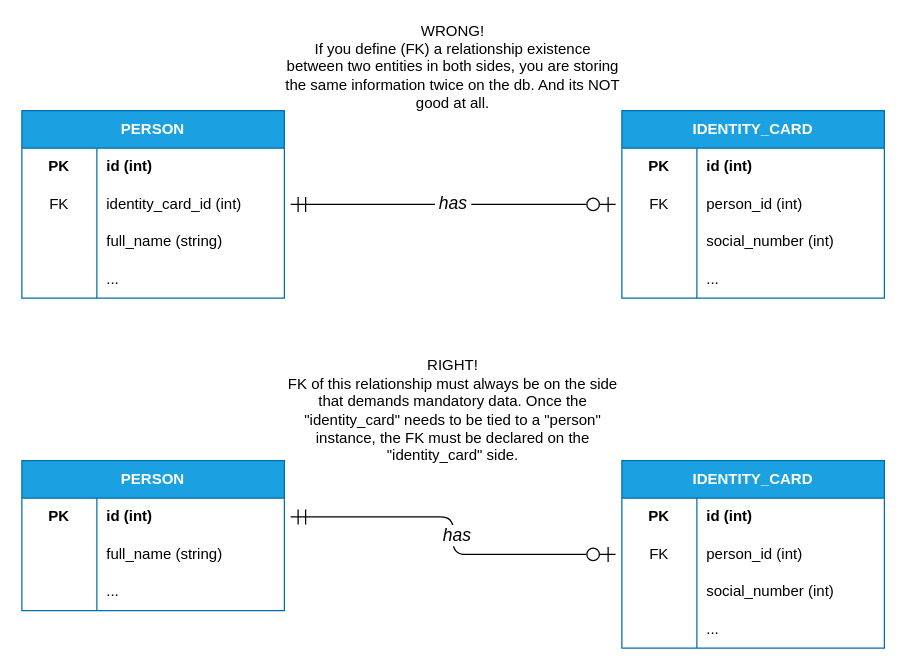
This is database/_tools/ERD/imgs/erd_one-to-one.drawio from aldolammel/my-dev-knowledge, a draw.io file, before an edit. Source tidied: cells renumbered, new cells numbered last; positions are measured from the earlier drawing's top-left corner, leaving out a move shared by most shapes. Both pictures are drawn from the tidied source at 125%, with x=0, y=0 at pixel (21, 22).
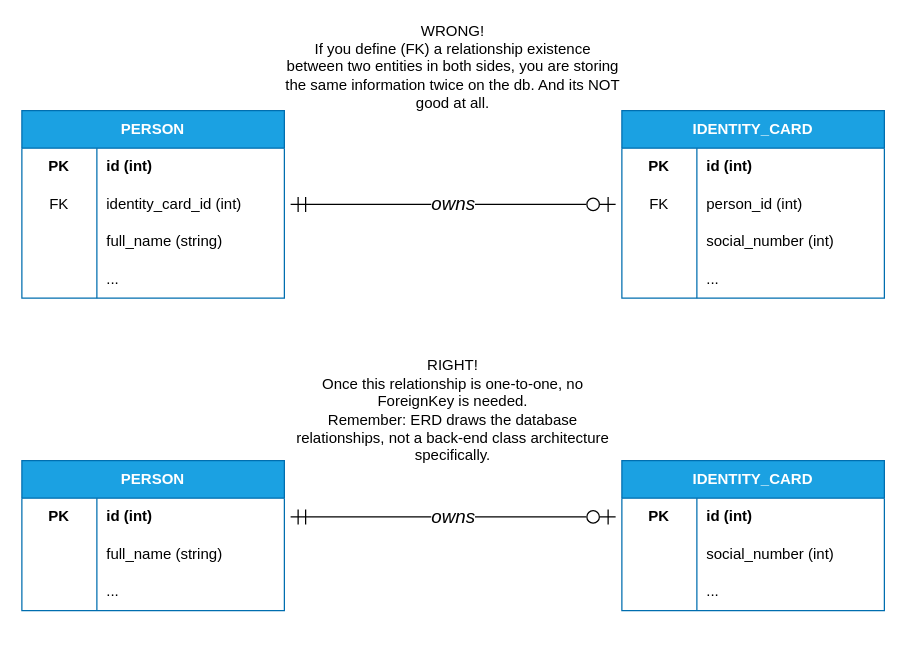
After the change.

Unchanged cells that the change refers to:
```xml
<mxCell id="3" style="shape=tableRow;horizontal=0;startSize=0;swimlaneHead=0;swimlaneBody=0;fillColor=none;points=[[0,0.5],[1,0.5]];portConstraint=eastwest;top=0;left=0;right=0;bottom=0;html=1;" parent="2" vertex="1">
  <mxGeometry y="30" width="210" height="30" as="geometry" />
</mxCell>
<mxCell id="13" style="shape=tableRow;horizontal=0;startSize=0;swimlaneHead=0;swimlaneBody=0;fillColor=none;points=[[0,0.5],[1,0.5]];portConstraint=eastwest;top=0;left=0;right=0;bottom=0;html=1;" parent="12" vertex="1">
  <mxGeometry y="30" width="210" height="30" as="geometry" />
</mxCell>
<mxCell id="53" style="edgeStyle=orthogonalEdgeStyle;fontSize=12;html=1;endArrow=ERzeroToOne;startArrow=ERmandOne;rounded=1;strokeWidth=1;startSize=10;endSize=10;sourcePerimeterSpacing=5;targetPerimeterSpacing=5;endFill=0;startFill=0;fontColor=light-dark(#000000,#FFFFFF);strokeColor=light-dark(#000000,#FFFF66);" parent="1" edge="1" source="31" target="44">
  <mxGeometry relative="1" as="geometry" />
</mxCell>
```

Diff of the diagram source:
```diff
@@
     <mxCell id="12" value="IDENTITY_CARD" style="shape=table;startSize=30;childLayout=tableLayout;rowLines=0;fontStyle=1;align=center;html=1;whiteSpace=wrap;swimlaneFillColor=none;fillColor=#1ba1e2;fontColor=#ffffff;strokeColor=#006EAF;" parent="1" vertex="1">
-      <mxGeometry x="480" y="350" width="210" height="150" as="geometry" />
+      <mxGeometry x="480" y="350" width="210" height="120" as="geometry" />
     </mxCell>
@@
-    <mxCell id="16" style="shape=tableRow;horizontal=0;startSize=0;swimlaneHead=0;swimlaneBody=0;fillColor=none;points=[[0,0.5],[1,0.5]];portConstraint=eastwest;top=0;left=0;right=0;bottom=0;html=1;" parent="12" vertex="1">
-      <mxGeometry y="60" width="210" height="30" as="geometry" />
-    </mxCell>
-    <mxCell id="17" value="FK" style="shape=partialRectangle;fillColor=none;top=0;left=0;bottom=0;right=0;overflow=hidden;html=1;whiteSpace=wrap;" parent="16" vertex="1">
-      <mxGeometry width="60" height="30" as="geometry" />
-    </mxCell>
-    <mxCell id="18" value="person_id (int)" style="shape=partialRectangle;fillColor=none;top=0;left=0;bottom=0;right=0;align=left;spacingLeft=6;overflow=hidden;html=1;whiteSpace=wrap;" parent="16" vertex="1">
-      <mxGeometry x="60" width="150" height="30" as="geometry" />
-    </mxCell>
     <mxCell id="19" style="shape=tableRow;horizontal=0;startSize=0;swimlaneHead=0;swimlaneBody=0;fillColor=none;top=0;left=0;right=0;bottom=0;html=1;" parent="12" vertex="1">
-      <mxGeometry y="90" width="210" height="30" as="geometry" />
+      <mxGeometry y="60" width="210" height="30" as="geometry" />
     </mxCell>
@@
     <mxCell id="22" style="shape=tableRow;horizontal=0;startSize=0;swimlaneHead=0;swimlaneBody=0;fillColor=none;top=0;left=0;right=0;bottom=0;html=1;" parent="12" vertex="1">
-      <mxGeometry y="120" width="210" height="30" as="geometry" />
+      <mxGeometry y="90" width="210" height="30" as="geometry" />
     </mxCell>
@@
-    <mxCell id="25" style="edgeStyle=orthogonalEdgeStyle;fontSize=12;html=1;endArrow=ERzeroToOne;startArrow=ERmandOne;rounded=1;strokeWidth=1;startSize=10;endSize=10;sourcePerimeterSpacing=5;targetPerimeterSpacing=5;endFill=0;startFill=0;fontColor=light-dark(#000000,#FFFFFF);strokeColor=light-dark(#000000,#FFFFFF);" parent="1" edge="1" source="3" target="16">
+    <mxCell id="25" style="edgeStyle=orthogonalEdgeStyle;fontSize=12;html=1;endArrow=ERzeroToOne;startArrow=ERmandOne;rounded=1;strokeWidth=1;startSize=10;endSize=10;sourcePerimeterSpacing=5;targetPerimeterSpacing=5;endFill=0;startFill=0;fontColor=light-dark(#000000,#FFFFFF);strokeColor=light-dark(#000000,#FFFFFF);" parent="1" edge="1" source="3" target="13">
       <mxGeometry relative="1" as="geometry" />
     </mxCell>
-    <mxCell id="26" value="&lt;i&gt;&lt;font style=&quot;font-size: 14px;&quot;&gt;has&lt;/font&gt;&lt;/i&gt;" style="edgeLabel;html=1;align=center;verticalAlign=middle;fontFamily=Helvetica;fontSize=12;fontColor=default;labelBackgroundColor=default;" parent="25" vertex="1">
+    <mxCell id="26" value="&lt;font style=&quot;font-size: 15px;&quot;&gt;&lt;i&gt;owns&lt;/i&gt;&lt;/font&gt;" style="edgeLabel;html=1;align=center;verticalAlign=middle;fontFamily=Helvetica;fontSize=12;fontColor=default;labelBackgroundColor=default;" parent="25" vertex="1">
       <mxGeometry x="-0.01" y="2" relative="1" as="geometry" />
     </mxCell>
@@
-    <mxCell id="54" value="&amp;nbsp;&lt;i&gt;&lt;font style=&quot;font-size: 14px;&quot;&gt;has&amp;nbsp;&lt;/font&gt;&lt;/i&gt;" style="edgeLabel;html=1;align=center;verticalAlign=middle;fontFamily=Helvetica;fontSize=12;fontColor=default;labelBackgroundColor=default;" parent="53" vertex="1">
+    <mxCell id="54" value="&lt;font style=&quot;font-size: 15px;&quot;&gt;&lt;i&gt;owns&lt;/i&gt;&lt;/font&gt;" style="edgeLabel;html=1;align=center;verticalAlign=middle;fontFamily=Helvetica;fontSize=12;fontColor=default;labelBackgroundColor=default;" parent="53" vertex="1">
       <mxGeometry x="-0.01" y="2" relative="1" as="geometry" />
     </mxCell>
@@
-    <mxCell id="56" value="&lt;div&gt;RIGHT!&lt;br&gt;FK of this relationship must always be on the side that demands mandatory data. Once the &quot;identity_card&quot; needs to be tied to a &quot;person&quot; instance, the FK must be declared on the &quot;identity_card&quot; side.&lt;/div&gt;" style="text;html=1;whiteSpace=wrap;strokeColor=none;fillColor=none;align=center;verticalAlign=middle;rounded=0;fontColor=light-dark(#000000,#FFFFFF);" parent="1" vertex="1">
+    <mxCell id="56" value="&lt;div&gt;RIGHT!&lt;br&gt;Once this relationship is one-to-one, no ForeignKey is needed.&lt;br&gt;Remember: ERD draws the database relationships, not a back-end class architecture specifically.&lt;/div&gt;" style="text;html=1;whiteSpace=wrap;strokeColor=none;fillColor=none;align=center;verticalAlign=middle;rounded=0;fontColor=light-dark(#000000,#FFFFFF);" parent="1" vertex="1">
       <mxGeometry x="210" y="250" width="270" height="120" as="geometry" />
     </mxCell>
```
